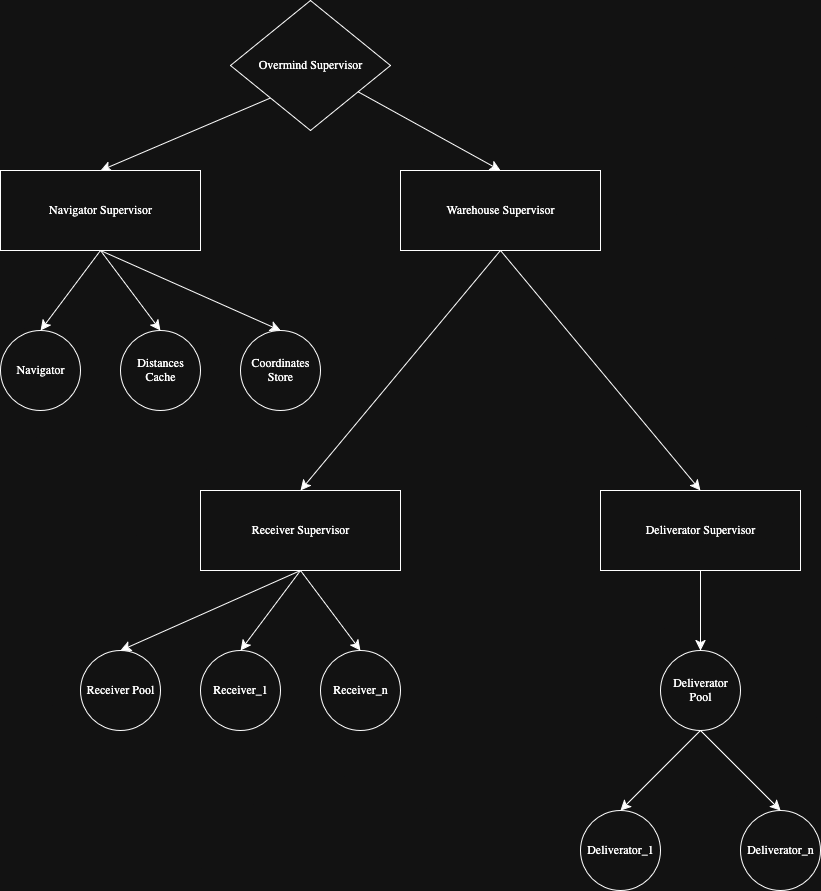
This is src/assets/cosanostra-supervision-tree.png from Athma-Vasi/cosanostra-delivery, a draw.io export, as it was before one commit. Source tidied: cells renumbered, new cells last; positions are measured from the earlier drawing's top-left corner, leaving out a move shared by most shapes. Its diagram source:
```xml
<mxGraphModel>
  <root>
    <mxCell id="0" />
    <mxCell id="1" parent="0" />
    <mxCell id="2" style="endArrow=classic;html=1;rounded=0;fontSize=12;startSize=8;endSize=8;curved=1;exitX=0;exitY=1;exitDx=0;exitDy=0;entryX=0.5;entryY=0;entryDx=0;entryDy=0;" parent="1" edge="1" source="22" target="3">
      <mxGeometry relative="1" as="geometry" />
    </mxCell>
    <mxCell id="3" value="Navigator Supervisor" style="rounded=0;whiteSpace=wrap;html=1;" parent="1" vertex="1">
      <mxGeometry y="170" width="200" height="80" as="geometry" />
    </mxCell>
    <mxCell id="4" style="edgeStyle=none;curved=1;rounded=0;jettySize=auto;html=1;fontSize=12;startSize=8;endSize=8;entryX=0.5;entryY=0;entryDx=0;entryDy=0;" parent="1" edge="1" source="22" target="5">
      <mxGeometry relative="1" as="geometry" />
    </mxCell>
    <mxCell id="5" value="Warehouse Supervisor" style="rounded=0;whiteSpace=wrap;html=1;" parent="1" vertex="1">
      <mxGeometry x="400" y="170" width="200" height="80" as="geometry" />
    </mxCell>
    <mxCell id="6" value="Receiver Supervisor" style="rounded=0;whiteSpace=wrap;html=1;" parent="1" vertex="1">
      <mxGeometry x="200" y="490" width="200" height="80" as="geometry" />
    </mxCell>
    <mxCell id="7" style="endArrow=classic;html=1;rounded=0;fontSize=12;startSize=8;endSize=8;curved=1;exitX=0.5;exitY=1;exitDx=0;exitDy=0;entryX=0.5;entryY=0;entryDx=0;entryDy=0;" parent="1" edge="1" source="5" target="6">
      <mxGeometry relative="1" as="geometry" />
    </mxCell>
    <mxCell id="8" value="Deliverator Supervisor" style="rounded=0;whiteSpace=wrap;html=1;" parent="1" vertex="1">
      <mxGeometry x="600" y="490" width="200" height="80" as="geometry" />
    </mxCell>
    <mxCell id="9" style="edgeStyle=none;curved=1;rounded=0;jettySize=auto;html=1;exitX=0.5;exitY=1;exitDx=0;exitDy=0;fontSize=12;startSize=8;endSize=8;entryX=0.5;entryY=0;entryDx=0;entryDy=0;" parent="1" edge="1" source="5" target="8">
      <mxGeometry relative="1" as="geometry" />
    </mxCell>
    <mxCell id="10" value="Receiver Pool" style="ellipse;whiteSpace=wrap;html=1;" parent="1" vertex="1">
      <mxGeometry x="80" y="650" width="80" height="80" as="geometry" />
    </mxCell>
    <mxCell id="11" value="Receiver_1" style="ellipse;whiteSpace=wrap;html=1;" parent="1" vertex="1">
      <mxGeometry x="200" y="650" width="80" height="80" as="geometry" />
    </mxCell>
    <mxCell id="12" value="Receiver_n" style="ellipse;whiteSpace=wrap;html=1;" parent="1" vertex="1">
      <mxGeometry x="320" y="650" width="80" height="80" as="geometry" />
    </mxCell>
    <mxCell id="13" value="Deliverator_1" style="ellipse;whiteSpace=wrap;html=1;" parent="1" vertex="1">
      <mxGeometry x="580" y="810" width="80" height="80" as="geometry" />
    </mxCell>
    <mxCell id="14" value="&lt;div&gt;Deliverator Pool&lt;/div&gt;" style="ellipse;whiteSpace=wrap;html=1;" parent="1" vertex="1">
      <mxGeometry x="660" y="650" width="80" height="80" as="geometry" />
    </mxCell>
    <mxCell id="15" value="Deliverator_n" style="ellipse;whiteSpace=wrap;html=1;" parent="1" vertex="1">
      <mxGeometry x="740" y="810" width="80" height="80" as="geometry" />
    </mxCell>
    <mxCell id="16" style="endArrow=classic;html=1;rounded=0;fontSize=12;startSize=8;endSize=8;curved=1;exitX=0.5;exitY=1;exitDx=0;exitDy=0;entryX=0.5;entryY=0;entryDx=0;entryDy=0;" parent="1" edge="1" source="6" target="10">
      <mxGeometry relative="1" as="geometry" />
    </mxCell>
    <mxCell id="17" style="endArrow=classic;html=1;rounded=0;fontSize=12;startSize=8;endSize=8;curved=1;entryX=0.5;entryY=0;entryDx=0;entryDy=0;exitX=0.5;exitY=1;exitDx=0;exitDy=0;" parent="1" edge="1" source="6" target="11">
      <mxGeometry relative="1" as="geometry" />
    </mxCell>
    <mxCell id="18" style="endArrow=classic;html=1;rounded=0;fontSize=12;startSize=8;endSize=8;curved=1;entryX=0.5;entryY=0;entryDx=0;entryDy=0;exitX=0.5;exitY=1;exitDx=0;exitDy=0;" parent="1" edge="1" source="6" target="12">
      <mxGeometry relative="1" as="geometry" />
    </mxCell>
    <mxCell id="19" style="endArrow=classic;html=1;rounded=0;fontSize=12;startSize=8;endSize=8;curved=1;entryX=0.5;entryY=0;entryDx=0;entryDy=0;exitX=0.5;exitY=1;exitDx=0;exitDy=0;" parent="1" edge="1" source="14" target="13">
      <mxGeometry relative="1" as="geometry" />
    </mxCell>
    <mxCell id="20" style="endArrow=classic;html=1;rounded=0;fontSize=12;startSize=8;endSize=8;curved=1;entryX=0.5;entryY=0;entryDx=0;entryDy=0;exitX=0.5;exitY=1;exitDx=0;exitDy=0;" parent="1" edge="1" source="14" target="15">
      <mxGeometry relative="1" as="geometry" />
    </mxCell>
    <mxCell id="21" style="endArrow=classic;html=1;rounded=0;fontSize=12;startSize=8;endSize=8;curved=1;entryX=0.5;entryY=0;entryDx=0;entryDy=0;exitX=0.5;exitY=1;exitDx=0;exitDy=0;" parent="1" edge="1" source="8" target="14">
      <mxGeometry relative="1" as="geometry" />
    </mxCell>
    <mxCell id="22" value="Overmind Supervisor" style="rhombus;whiteSpace=wrap;html=1;" parent="1" vertex="1">
      <mxGeometry x="230" width="160" height="130" as="geometry" />
    </mxCell>
    <mxCell id="23" value="Navigator" style="ellipse;whiteSpace=wrap;html=1;" parent="1" vertex="1">
      <mxGeometry y="330" width="80" height="80" as="geometry" />
    </mxCell>
    <mxCell id="24" value="Distances Cache" style="ellipse;whiteSpace=wrap;html=1;" parent="1" vertex="1">
      <mxGeometry x="120" y="330" width="80" height="80" as="geometry" />
    </mxCell>
    <mxCell id="25" value="Coordinates Store" style="ellipse;whiteSpace=wrap;html=1;" parent="1" vertex="1">
      <mxGeometry x="240" y="330" width="80" height="80" as="geometry" />
    </mxCell>
    <mxCell id="26" style="endArrow=classic;html=1;rounded=0;fontSize=12;startSize=8;endSize=8;curved=1;entryX=0.5;entryY=0;entryDx=0;entryDy=0;exitX=0.5;exitY=1;exitDx=0;exitDy=0;" parent="1" edge="1" source="3" target="24">
      <mxGeometry relative="1" as="geometry" />
    </mxCell>
    <mxCell id="27" style="endArrow=classic;html=1;rounded=0;fontSize=12;startSize=8;endSize=8;curved=1;entryX=0.5;entryY=0;entryDx=0;entryDy=0;exitX=0.5;exitY=1;exitDx=0;exitDy=0;" parent="1" edge="1" source="3" target="23">
      <mxGeometry relative="1" as="geometry" />
    </mxCell>
    <mxCell id="28" style="endArrow=classic;html=1;rounded=0;fontSize=12;startSize=8;endSize=8;curved=1;exitX=0.5;exitY=1;exitDx=0;exitDy=0;entryX=0.5;entryY=0;entryDx=0;entryDy=0;" parent="1" edge="1" source="3" target="25">
      <mxGeometry relative="1" as="geometry" />
    </mxCell>
  </root>
</mxGraphModel>
```
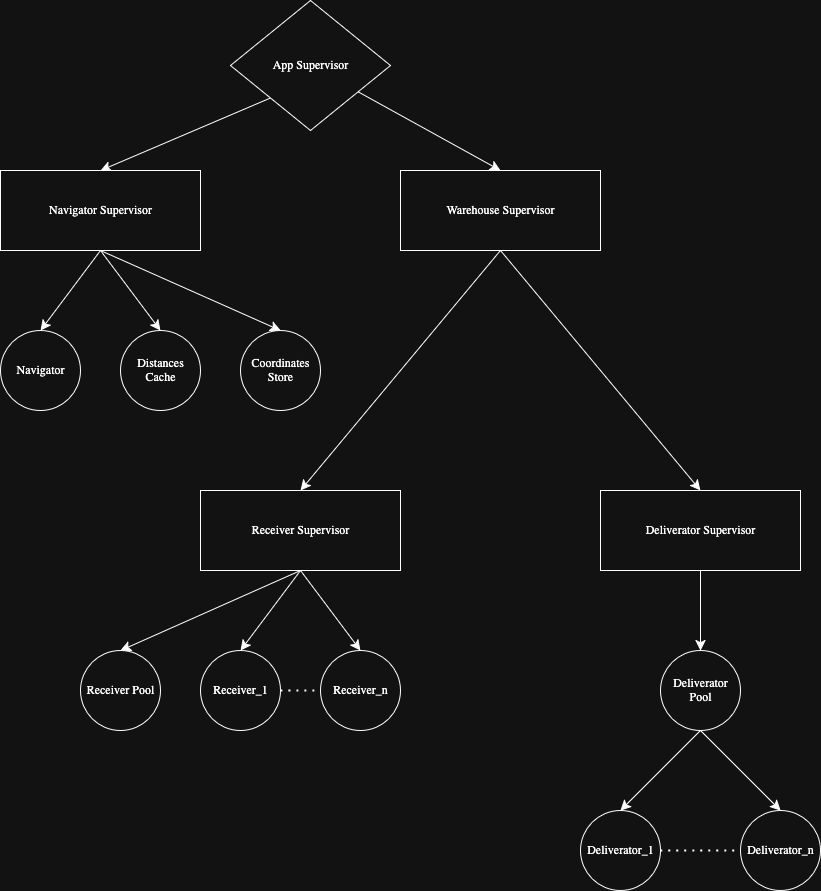
Later version of the same file.

Commit message:
add navigator sequence

Diff of the diagram source:
```diff
@@ -62,7 +62,7 @@
     <mxCell id="21" style="endArrow=classic;html=1;rounded=0;fontSize=12;startSize=8;endSize=8;curved=1;entryX=0.5;entryY=0;entryDx=0;entryDy=0;exitX=0.5;exitY=1;exitDx=0;exitDy=0;" parent="1" edge="1" source="8" target="14">
       <mxGeometry relative="1" as="geometry" />
     </mxCell>
-    <mxCell id="22" value="Overmind Supervisor" style="rhombus;whiteSpace=wrap;html=1;" parent="1" vertex="1">
+    <mxCell id="22" value="App Supervisor" style="rhombus;whiteSpace=wrap;html=1;" parent="1" vertex="1">
       <mxGeometry x="230" width="160" height="130" as="geometry" />
     </mxCell>
     <mxCell id="23" value="Navigator" style="ellipse;whiteSpace=wrap;html=1;" parent="1" vertex="1">
@@ -83,5 +83,11 @@
     <mxCell id="28" style="endArrow=classic;html=1;rounded=0;fontSize=12;startSize=8;endSize=8;curved=1;exitX=0.5;exitY=1;exitDx=0;exitDy=0;entryX=0.5;entryY=0;entryDx=0;entryDy=0;" parent="1" edge="1" source="3" target="25">
       <mxGeometry relative="1" as="geometry" />
     </mxCell>
+    <mxCell id="29" style="endArrow=none;dashed=1;html=1;dashPattern=1 3;strokeWidth=2;rounded=0;fontSize=12;startSize=8;endSize=8;curved=1;entryX=0;entryY=0.5;entryDx=0;entryDy=0;exitX=1;exitY=0.5;exitDx=0;exitDy=0;" parent="1" edge="1" source="11" target="12">
+      <mxGeometry relative="1" as="geometry" />
+    </mxCell>
+    <mxCell id="30" style="endArrow=none;dashed=1;html=1;dashPattern=1 3;strokeWidth=2;rounded=0;fontSize=12;startSize=8;endSize=8;curved=1;entryX=0;entryY=0.5;entryDx=0;entryDy=0;exitX=1;exitY=0.5;exitDx=0;exitDy=0;" parent="1" edge="1" source="13" target="15">
+      <mxGeometry relative="1" as="geometry" />
+    </mxCell>
   </root>
 </mxGraphModel>
```
